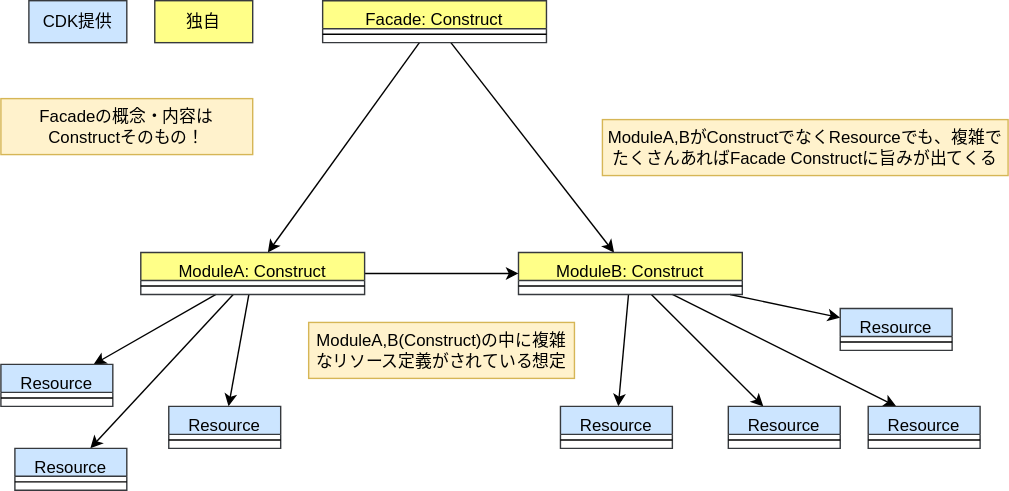
This is drawio/facade/facade_cdk.drawio.svg from go-to-k/cdk-gof-design-pattern, a draw.io export, as it was before one commit. Source tidied: cells renumbered, new cells last; positions are measured from the earlier drawing's top-left corner, leaving out a move shared by most shapes.
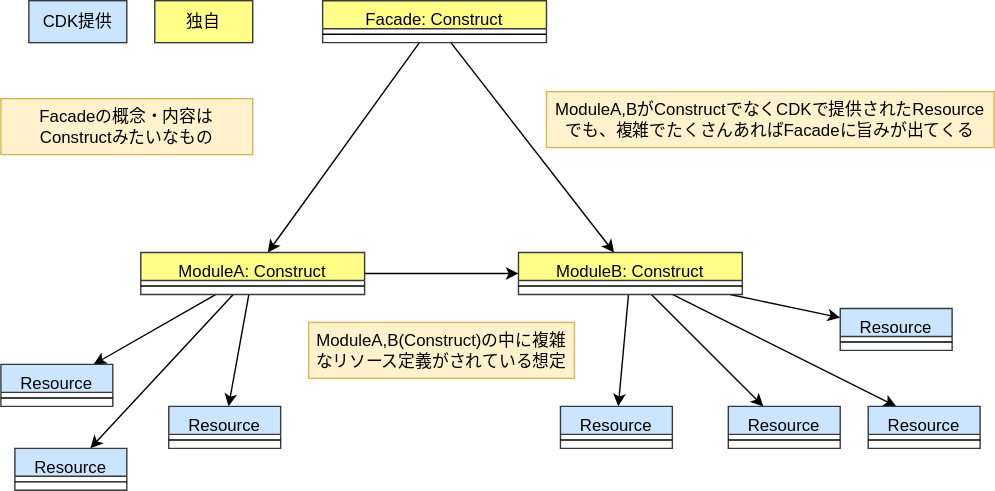
The same file after the commit.

Commit message:
color tests for imgs

What changed in the source:
```diff
@@ -58,7 +58,7 @@
     <mxCell id="19" style="line;html=1;strokeWidth=1;align=left;verticalAlign=middle;spacingTop=-1;spacingLeft=3;spacingRight=3;labelPosition=right;" parent="18" vertex="1">
       <mxGeometry y="20" width="160" height="8" as="geometry" />
     </mxCell>
-    <mxCell id="20" value="Facadeの概念・内容は&lt;br&gt;Constructそのもの！" style="text;html=1;strokeColor=#d6b656;fillColor=#fff2cc;align=center;verticalAlign=middle;whiteSpace=wrap;rounded=0;fontColor=#000000;" parent="1" vertex="1">
+    <mxCell id="20" value="Facadeの概念・内容は&lt;br&gt;Constructみたいなもの" style="text;html=1;strokeColor=#d6b656;fillColor=#fff2cc;align=center;verticalAlign=middle;whiteSpace=wrap;rounded=0;fontColor=#000000;" parent="1" vertex="1">
       <mxGeometry y="70" width="180" height="40" as="geometry" />
     </mxCell>
     <mxCell id="21" value="Resource" style="swimlane;fontStyle=0;align=center;verticalAlign=top;horizontal=1;startSize=20;rounded=0;shadow=0;strokeWidth=1;fillColor=#cce5ff;strokeColor=#36393d;" parent="1" vertex="1">
@@ -103,8 +103,8 @@
     <mxCell id="34" style="line;html=1;strokeWidth=1;align=left;verticalAlign=middle;spacingTop=-1;spacingLeft=3;spacingRight=3;labelPosition=right;" parent="33" vertex="1">
       <mxGeometry y="20" width="80" height="8" as="geometry" />
     </mxCell>
-    <mxCell id="35" value="ModuleA,BがConstructでなくResourceでも、複雑でたくさんあればFacade Constructに旨みが出てくる" style="text;html=1;strokeColor=#d6b656;fillColor=#fff2cc;align=center;verticalAlign=middle;whiteSpace=wrap;rounded=0;fontColor=#000000;" parent="1" vertex="1">
-      <mxGeometry x="430" y="85" width="290" height="40" as="geometry" />
+    <mxCell id="35" value="ModuleA,BがConstructでなくCDKで提供されたResourceでも、複雑でたくさんあればFacadeに旨みが出てくる" style="text;html=1;strokeColor=#d6b656;fillColor=#fff2cc;align=center;verticalAlign=middle;whiteSpace=wrap;rounded=0;fontColor=#000000;" parent="1" vertex="1">
+      <mxGeometry x="390" y="65" width="320" height="40" as="geometry" />
     </mxCell>
     <mxCell id="36" value="独自" style="rounded=0;whiteSpace=wrap;html=1;fillColor=#ffff88;strokeColor=#36393d;" parent="1" vertex="1">
       <mxGeometry x="110" width="70" height="30" as="geometry" />
```
